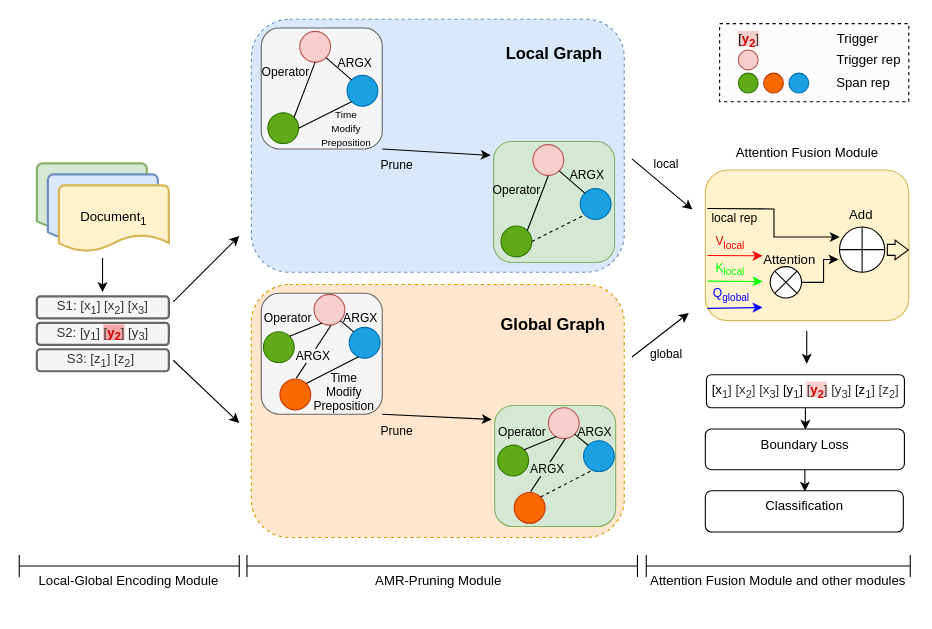
This is model-modify2.drawio from crawlerWPS/drawing, a draw.io file, before an edit. Source tidied: cells renumbered, new cells numbered last; positions are measured from the earlier drawing's top-left corner, leaving out a move shared by most shapes. Both pictures are drawn from the tidied source at 110%, with x=0, y=0 at pixel (19, 19).
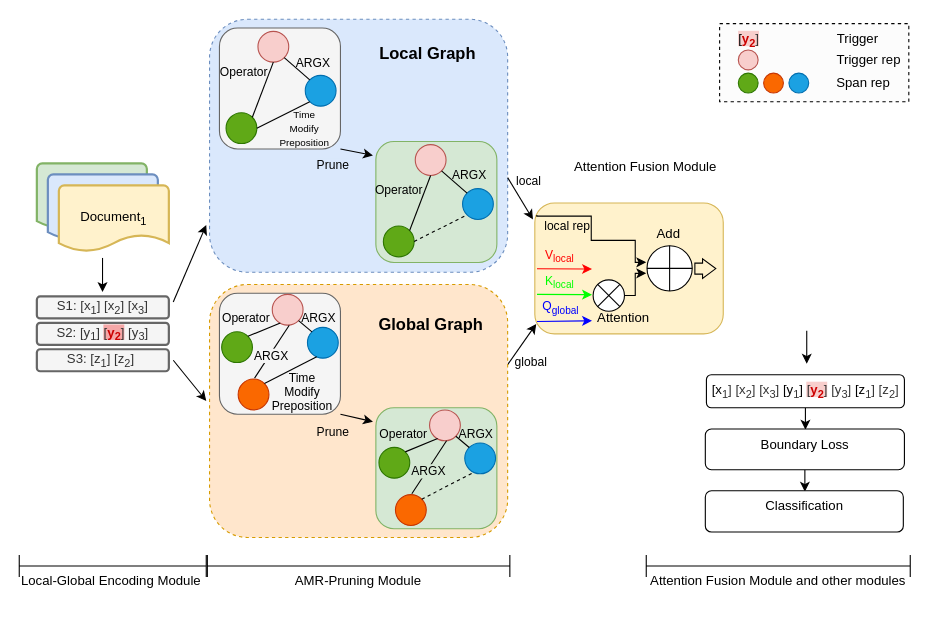
Above is the later version.

Diff of the diagram source:
```diff
@@
     <mxCell id="2" style="rounded=1;whiteSpace=wrap;html=1;fillStyle=auto;dashed=1;glass=0;perimeterSpacing=0;fillColor=#dae8fc;strokeColor=#6c8ebf;" parent="1" vertex="1">
-      <mxGeometry x="211" width="339" height="230" as="geometry" />
+      <mxGeometry x="173" width="271" height="230" as="geometry" />
     </mxCell>
     <mxCell id="3" style="rounded=1;whiteSpace=wrap;html=1;fillColor=#f5f5f5;fontColor=#333333;strokeColor=#666666;" parent="1" vertex="1">
-      <mxGeometry x="220" y="8" width="110" height="110" as="geometry" />
+      <mxGeometry x="182" y="8" width="110" height="110" as="geometry" />
     </mxCell>
@@
     <mxCell id="10" style="edgeStyle=none;orthogonalLoop=1;jettySize=auto;html=1;rounded=0;" parent="1" edge="1">
       <mxGeometry relative="1" as="geometry">
-        <mxPoint x="557" y="307" as="sourcePoint" />
-        <mxPoint x="608.7" y="267" as="targetPoint" />
+        <mxPoint x="444" y="314" as="sourcePoint" />
+        <mxPoint x="470" y="277" as="targetPoint" />
       </mxGeometry>
     </mxCell>
@@
     <mxCell id="12" style="edgeStyle=none;orthogonalLoop=1;jettySize=auto;html=1;rounded=0;" parent="1" edge="1">
       <mxGeometry relative="1" as="geometry">
-        <mxPoint x="557" y="127" as="sourcePoint" />
-        <mxPoint x="612" y="173" as="targetPoint" />
+        <mxPoint x="444" y="144" as="sourcePoint" />
+        <mxPoint x="467" y="182" as="targetPoint" />
       </mxGeometry>
     </mxCell>
@@
     <mxCell id="14" style="edgeStyle=none;orthogonalLoop=1;jettySize=auto;html=1;rounded=0;" parent="1" edge="1">
       <mxGeometry relative="1" as="geometry">
         <mxPoint x="140" y="257" as="sourcePoint" />
-        <mxPoint x="200" y="197" as="targetPoint" />
+        <mxPoint x="170" y="187" as="targetPoint" />
       </mxGeometry>
     </mxCell>
     <mxCell id="15" style="edgeStyle=none;orthogonalLoop=1;jettySize=auto;html=1;rounded=0;" parent="1" edge="1">
       <mxGeometry relative="1" as="geometry">
         <mxPoint x="140" y="310" as="sourcePoint" />
-        <mxPoint x="200" y="367" as="targetPoint" />
+        <mxPoint x="170" y="347" as="targetPoint" />
       </mxGeometry>
     </mxCell>
     <mxCell id="16" style="rounded=1;whiteSpace=wrap;html=1;fillColor=#d5e8d4;strokeColor=#82b366;" parent="1" vertex="1">
-      <mxGeometry x="431.2" y="111.1" width="110" height="110" as="geometry" />
+      <mxGeometry x="324.2" y="111.1" width="110" height="110" as="geometry" />
     </mxCell>
@@
     <mxCell id="19" style="ellipse;whiteSpace=wrap;html=1;fillColor=#f8cecc;strokeColor=#b85450;" parent="1" vertex="1">
-      <mxGeometry x="255" y="11" width="28" height="28" as="geometry" />
+      <mxGeometry x="217" y="11" width="28" height="28" as="geometry" />
     </mxCell>
     <mxCell id="20" style="ellipse;whiteSpace=wrap;html=1;fillColor=#1ba1e2;fontColor=#ffffff;strokeColor=#006EAF;" parent="1" vertex="1">
-      <mxGeometry x="298" y="51" width="28" height="28" as="geometry" />
+      <mxGeometry x="260" y="51" width="28" height="28" as="geometry" />
     </mxCell>
     <mxCell id="21" style="ellipse;whiteSpace=wrap;html=1;fillColor=#60a917;fontColor=#ffffff;strokeColor=#2D7600;" parent="1" vertex="1">
-      <mxGeometry x="226" y="85" width="28" height="28" as="geometry" />
+      <mxGeometry x="188" y="85" width="28" height="28" as="geometry" />
     </mxCell>
@@
     <mxCell id="42" value="&lt;font style=&quot;font-size: 15px;&quot;&gt;&lt;b&gt;Local Graph&lt;/b&gt;&lt;/font&gt;" style="text;html=1;align=center;verticalAlign=middle;strokeColor=none;fillColor=none;" parent="1" vertex="1">
-      <mxGeometry x="431.2" y="16" width="110" height="30" as="geometry" />
+      <mxGeometry x="316.2" y="16" width="110" height="30" as="geometry" />
     </mxCell>
     <mxCell id="43" style="rounded=1;whiteSpace=wrap;html=1;fillColor=#fff2cc;strokeColor=#d6b656;" parent="1" vertex="1">
-      <mxGeometry x="623.7" y="137" width="185" height="137" as="geometry" />
+      <mxGeometry x="468.7" y="167" width="171.3" height="119" as="geometry" />
     </mxCell>
     <mxCell id="44" style="endArrow=classic;html=1;rounded=0;strokeColor=#ff0000;" parent="1" edge="1">
       <mxGeometry relative="1" as="geometry">
-        <mxPoint x="625.7" y="214.8" as="sourcePoint" />
-        <mxPoint x="675.7" y="215.1" as="targetPoint" />
+        <mxPoint x="470.7" y="226.8" as="sourcePoint" />
+        <mxPoint x="520.7" y="227.1" as="targetPoint" />
       </mxGeometry>
     </mxCell>
@@
     <mxCell id="46" style="endArrow=classic;html=1;rounded=0;strokeColor=#0000ff;" parent="1" edge="1">
       <mxGeometry relative="1" as="geometry">
-        <mxPoint x="625.7" y="262.8" as="sourcePoint" />
-        <mxPoint x="675.7" y="262.1" as="targetPoint" />
+        <mxPoint x="470.7" y="274.8" as="sourcePoint" />
+        <mxPoint x="520.7" y="274.1" as="targetPoint" />
       </mxGeometry>
     </mxCell>
@@
-    <mxCell id="48" style="endArrow=classic;html=1;rounded=0;entryX=0.004;entryY=0.221;entryDx=0;entryDy=0;edgeStyle=orthogonalEdgeStyle;entryPerimeter=0;" parent="1" edge="1" target="51">
+    <mxCell id="48" style="endArrow=classic;html=1;rounded=0;edgeStyle=orthogonalEdgeStyle;" parent="1" edge="1">
       <mxGeometry relative="1" as="geometry">
-        <mxPoint x="625.5" y="172" as="sourcePoint" />
+        <mxPoint x="470.5" y="178" as="sourcePoint" />
+        <mxPoint x="570" y="221" as="targetPoint" />
+        <Array as="points">
+          <mxPoint x="470" y="179" />
+          <mxPoint x="520" y="179" />
+          <mxPoint x="520" y="201" />
+          <mxPoint x="560" y="201" />
+          <mxPoint x="560" y="221" />
+        </Array>
       </mxGeometry>
     </mxCell>
     <mxCell id="49" value="local rep" style="edgeLabel;html=1;align=center;verticalAlign=middle;labelBackgroundColor=none;" parent="48" vertex="1">
       <mxGeometry x="-0.43" relative="1" as="geometry">
-        <mxPoint x="-18" y="8" as="offset" />
+        <mxPoint x="-13" y="8" as="offset" />
       </mxGeometry>
     </mxCell>
     <mxCell id="50" style="shape=sumEllipse;perimeter=ellipsePerimeter;whiteSpace=wrap;html=1;backgroundOutline=1;" parent="1" vertex="1">
-      <mxGeometry x="682.7" y="224.9" width="28.5" height="28.5" as="geometry" />
+      <mxGeometry x="521.7" y="236.9" width="28.5" height="28.5" as="geometry" />
     </mxCell>
     <mxCell id="51" style="shape=orEllipse;perimeter=ellipsePerimeter;whiteSpace=wrap;html=1;backgroundOutline=1;" parent="1" vertex="1">
-      <mxGeometry x="745.7" y="188.9" width="41.1" height="41.1" as="geometry" />
+      <mxGeometry x="570.7" y="205.9" width="41.1" height="41.1" as="geometry" />
     </mxCell>
     <mxCell id="52" style="endArrow=classic;html=1;rounded=0;strokeColor=#00ff00;" parent="1" edge="1">
       <mxGeometry relative="1" as="geometry">
-        <mxPoint x="625.7" y="238.1" as="sourcePoint" />
-        <mxPoint x="675.7" y="238.4" as="targetPoint" />
+        <mxPoint x="470.7" y="250.1" as="sourcePoint" />
+        <mxPoint x="520.7" y="250.4" as="targetPoint" />
       </mxGeometry>
     </mxCell>
@@
     <mxCell id="54" value="Attention" style="text;html=1;align=center;verticalAlign=middle;strokeColor=none;fillColor=none;" parent="1" vertex="1">
-      <mxGeometry x="665" y="204.1" width="70" height="30" as="geometry" />
+      <mxGeometry x="513.7" y="257" width="70" height="30" as="geometry" />
     </mxCell>
-    <mxCell id="55" style="edgeStyle=orthogonalEdgeStyle;rounded=0;jettySize=auto;html=1;entryX=-0.02;entryY=0.718;entryDx=0;entryDy=0;entryPerimeter=0;" parent="1" edge="1" source="50" target="51">
-      <mxGeometry relative="1" as="geometry" />
+    <mxCell id="55" style="edgeStyle=orthogonalEdgeStyle;rounded=0;jettySize=auto;html=1;exitX=1;exitY=0.5;exitDx=0;exitDy=0;" parent="1" edge="1" source="50">
+      <mxGeometry relative="1" as="geometry">
+        <mxPoint x="570" y="231" as="targetPoint" />
+        <Array as="points">
+          <mxPoint x="560" y="251" />
+          <mxPoint x="560" y="231" />
+        </Array>
+      </mxGeometry>
     </mxCell>
     <mxCell id="56" style="shape=flexArrow;endArrow=classic;html=1;rounded=0;endWidth=6.857142857142857;endSize=3.6685714285714286;" parent="1" edge="1">
       <mxGeometry relative="1" as="geometry">
-        <mxPoint x="788.7" y="209.7" as="sourcePoint" />
-        <mxPoint x="808.7" y="209.7" as="targetPoint" />
+        <mxPoint x="613.7" y="226.7" as="sourcePoint" />
+        <mxPoint x="633.7" y="226.7" as="targetPoint" />
       </mxGeometry>
     </mxCell>
     <mxCell id="57" value="Add" style="text;html=1;align=center;verticalAlign=middle;strokeColor=none;fillColor=none;" parent="1" vertex="1">
-      <mxGeometry x="744.7" y="163" width="40" height="30" as="geometry" />
+      <mxGeometry x="569.7" y="180" width="40" height="30" as="geometry" />
     </mxCell>
@@
     <mxCell id="59" style="ellipse;whiteSpace=wrap;html=1;fillColor=#f8cecc;strokeColor=#b85450;" parent="1" vertex="1">
-      <mxGeometry x="467" y="114" width="28" height="28" as="geometry" />
+      <mxGeometry x="360" y="114" width="28" height="28" as="geometry" />
     </mxCell>
     <mxCell id="60" style="ellipse;whiteSpace=wrap;html=1;fillColor=#1ba1e2;fontColor=#ffffff;strokeColor=#006EAF;" parent="1" vertex="1">
-      <mxGeometry x="510" y="154" width="28" height="28" as="geometry" />
+      <mxGeometry x="403" y="154" width="28" height="28" as="geometry" />
     </mxCell>
     <mxCell id="61" style="ellipse;whiteSpace=wrap;html=1;fillColor=#60a917;fontColor=#ffffff;strokeColor=#2D7600;" parent="1" vertex="1">
-      <mxGeometry x="438" y="188" width="28" height="28" as="geometry" />
+      <mxGeometry x="331" y="188" width="28" height="28" as="geometry" />
     </mxCell>
@@
     <mxCell id="67" style="rounded=1;whiteSpace=wrap;html=1;fillStyle=auto;dashed=1;glass=0;perimeterSpacing=0;fillColor=#ffe6cc;strokeColor=#d79b00;" parent="1" vertex="1">
-      <mxGeometry x="211" y="241.1" width="339" height="230" as="geometry" />
+      <mxGeometry x="173" y="241.1" width="271" height="230" as="geometry" />
     </mxCell>
     <mxCell id="68" style="rounded=1;whiteSpace=wrap;html=1;fillColor=#f5f5f5;fontColor=#333333;strokeColor=#666666;" parent="1" vertex="1">
-      <mxGeometry x="220" y="249.1" width="110" height="110" as="geometry" />
+      <mxGeometry x="182" y="249.1" width="110" height="110" as="geometry" />
     </mxCell>
     <mxCell id="69" style="rounded=1;whiteSpace=wrap;html=1;fillColor=#d5e8d4;strokeColor=#82b366;" parent="1" vertex="1">
-      <mxGeometry x="432.2" y="351.2" width="110" height="110" as="geometry" />
+      <mxGeometry x="324.2" y="353.2" width="110" height="110" as="geometry" />
     </mxCell>
@@
     <mxCell id="72" style="ellipse;whiteSpace=wrap;html=1;fillColor=#f8cecc;strokeColor=#b85450;" parent="1" vertex="1">
-      <mxGeometry x="268" y="250.1" width="28" height="28" as="geometry" />
+      <mxGeometry x="230" y="250.1" width="28" height="28" as="geometry" />
     </mxCell>
     <mxCell id="73" style="ellipse;whiteSpace=wrap;html=1;fillColor=#1ba1e2;fontColor=#ffffff;strokeColor=#006EAF;" parent="1" vertex="1">
-      <mxGeometry x="300" y="280.1" width="28" height="28" as="geometry" />
+      <mxGeometry x="262" y="280.1" width="28" height="28" as="geometry" />
     </mxCell>
     <mxCell id="74" style="ellipse;whiteSpace=wrap;html=1;fillColor=#60a917;fontColor=#ffffff;strokeColor=#2D7600;" parent="1" vertex="1">
-      <mxGeometry x="222" y="284.1" width="28" height="28" as="geometry" />
+      <mxGeometry x="184" y="284.1" width="28" height="28" as="geometry" />
     </mxCell>
@@
     <mxCell id="79" style="ellipse;whiteSpace=wrap;html=1;fillColor=#fa6800;fontColor=#000000;strokeColor=#C73500;" parent="1" vertex="1">
-      <mxGeometry x="237" y="327.1" width="28" height="28" as="geometry" />
+      <mxGeometry x="199" y="327.1" width="28" height="28" as="geometry" />
     </mxCell>
@@
     <mxCell id="83" style="ellipse;whiteSpace=wrap;html=1;fillColor=#f8cecc;strokeColor=#b85450;" parent="1" vertex="1">
-      <mxGeometry x="481" y="353.2" width="28" height="28" as="geometry" />
+      <mxGeometry x="373" y="355.2" width="28" height="28" as="geometry" />
     </mxCell>
     <mxCell id="84" style="ellipse;whiteSpace=wrap;html=1;fillColor=#1ba1e2;fontColor=#ffffff;strokeColor=#006EAF;" parent="1" vertex="1">
-      <mxGeometry x="513" y="383.2" width="28" height="28" as="geometry" />
+      <mxGeometry x="405" y="385.2" width="28" height="28" as="geometry" />
     </mxCell>
     <mxCell id="85" style="ellipse;whiteSpace=wrap;html=1;fillColor=#60a917;fontColor=#ffffff;strokeColor=#2D7600;" parent="1" vertex="1">
-      <mxGeometry x="435" y="387.2" width="28" height="28" as="geometry" />
+      <mxGeometry x="327" y="389.2" width="28" height="28" as="geometry" />
     </mxCell>
@@
     <mxCell id="90" style="ellipse;whiteSpace=wrap;html=1;fillColor=#fa6800;fontColor=#000000;strokeColor=#C73500;" parent="1" vertex="1">
-      <mxGeometry x="450" y="430.2" width="28" height="28" as="geometry" />
+      <mxGeometry x="342" y="432.2" width="28" height="28" as="geometry" />
     </mxCell>
@@
     <mxCell id="94" value="&lt;b&gt;&lt;font style=&quot;font-size: 15px;&quot;&gt;Global Graph&lt;/font&gt;&lt;/b&gt;" style="text;html=1;align=center;verticalAlign=middle;strokeColor=none;fillColor=none;" parent="1" vertex="1">
-      <mxGeometry x="425.2" y="262.1" width="120" height="30" as="geometry" />
+      <mxGeometry x="314.2" y="262.1" width="120" height="30" as="geometry" />
     </mxCell>
@@
     <mxCell id="96" style="shape=crossbar;whiteSpace=wrap;html=1;rounded=1;" parent="1" vertex="1">
-      <mxGeometry y="487" width="200" height="20" as="geometry" />
+      <mxGeometry y="487" width="170" height="20" as="geometry" />
     </mxCell>
     <mxCell id="97" style="shape=crossbar;whiteSpace=wrap;html=1;rounded=1;" parent="1" vertex="1">
-      <mxGeometry x="207" y="487" width="355" height="20" as="geometry" />
+      <mxGeometry x="171" y="487" width="275" height="20" as="geometry" />
     </mxCell>
     <mxCell id="98" value="Attention Fusion Module" style="text;html=1;align=center;verticalAlign=middle;strokeColor=none;fillColor=none;" parent="1" vertex="1">
-      <mxGeometry x="641.2" y="107" width="150" height="30" as="geometry" />
+      <mxGeometry x="494.2" y="119" width="150" height="30" as="geometry" />
     </mxCell>
     <mxCell id="99" value="&lt;span style=&quot;color: rgb(0, 0, 0); font-family: Helvetica; font-style: normal; font-variant-ligatures: normal; font-variant-caps: normal; font-weight: 400; letter-spacing: normal; orphans: 2; text-align: center; text-indent: 0px; text-transform: none; widows: 2; word-spacing: 0px; -webkit-text-stroke-width: 0px; background-color: rgb(255, 255, 255); text-decoration-thickness: initial; text-decoration-style: initial; text-decoration-color: initial; float: none; display: inline !important;&quot;&gt;&lt;font style=&quot;font-size: 12px;&quot;&gt;AMR-Pruning Module&lt;/font&gt;&lt;/span&gt;" style="text;whiteSpace=wrap;html=1;" parent="1" vertex="1">
-      <mxGeometry x="321.5" y="497" width="140" height="40" as="geometry" />
+      <mxGeometry x="248.5" y="497" width="140" height="40" as="geometry" />
     </mxCell>
     <mxCell id="100" value="&lt;div style=&quot;text-align: center;&quot;&gt;&lt;span style=&quot;background-color: rgb(255, 255, 255);&quot;&gt;Local-Global Encoding Module&lt;/span&gt;&lt;/div&gt;" style="text;whiteSpace=wrap;html=1;" parent="1" vertex="1">
-      <mxGeometry x="16" y="497" width="170" height="40" as="geometry" />
+      <mxGeometry y="497" width="170" height="40" as="geometry" />
     </mxCell>
```
